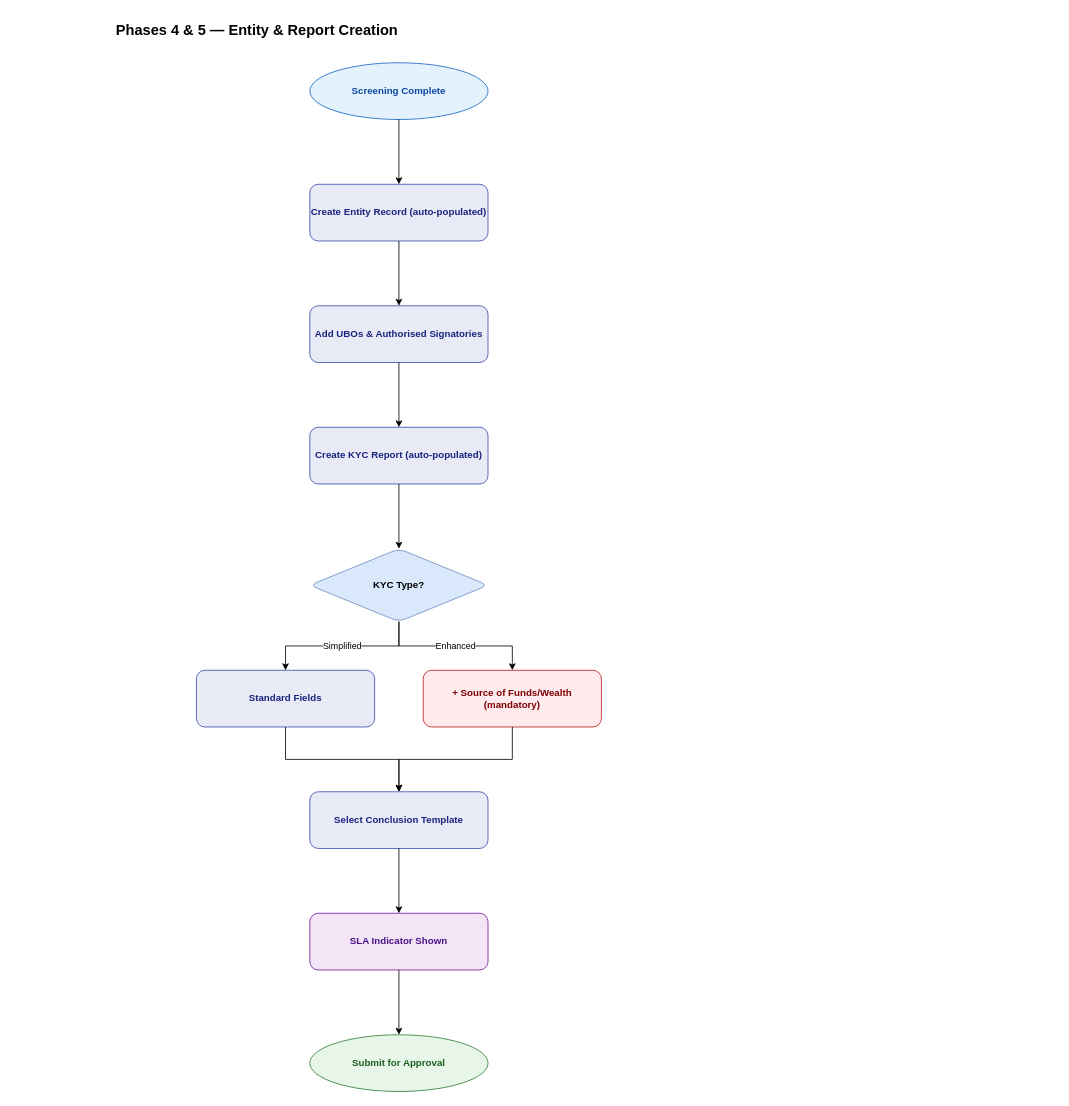
This is page "Phase 4-5 Detail" (6 of 9) of docs/diagrams/drawio/best-practice-e2e.drawio from mazharr-hussain/KycReport, a draw.io file, before an edit. Source tidied: cells renumbered, new cells numbered last; positions are measured from the earlier drawing's top-left corner, leaving out a move shared by most shapes. Both pictures are drawn from the tidied source at 81%, with x=0, y=0 at pixel (14, 14).
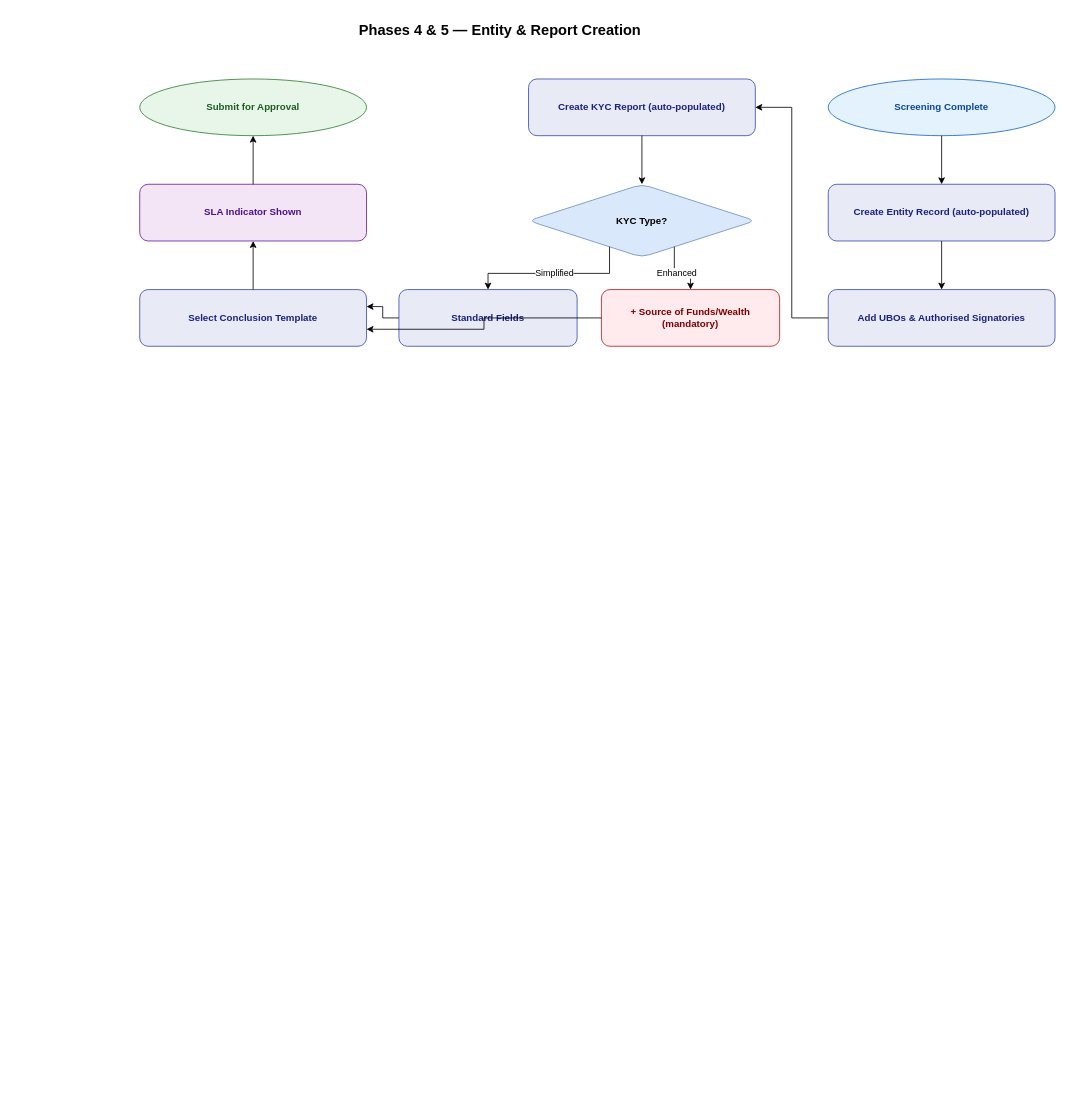
After the change.

Change to the diagram source:
```diff
@@
     <mxCell id="2" value="Phases 4 &amp; 5 — Entity &amp; Report Creation" style="text;html=1;strokeColor=none;fillColor=none;align=center;verticalAlign=middle;whiteSpace=wrap;rounded=0;fontSize=18;fontStyle=1;" parent="1" vertex="1">
-      <mxGeometry width="600" height="40" as="geometry" />
+      <mxGeometry x="300" width="600" height="40" as="geometry" />
     </mxCell>
     <mxCell id="3" value="Screening Complete" style="ellipse;whiteSpace=wrap;html=1;fillColor=#E3F2FD;strokeColor=#1565C0;fontColor=#0D47A1;fontSize=12;fontStyle=1;rounded=1;" parent="1" vertex="1">
-      <mxGeometry x="365" y="60" width="220" height="70" as="geometry" />
+      <mxGeometry x="1005" y="80" width="280" height="70" as="geometry" />
     </mxCell>
     <mxCell id="4" value="Create Entity Record (auto-populated)" style="rect;whiteSpace=wrap;html=1;fillColor=#E8EAF6;strokeColor=#3949AB;fontColor=#1A237E;fontSize=12;fontStyle=1;rounded=1;" parent="1" vertex="1">
-      <mxGeometry x="365" y="210" width="220" height="70" as="geometry" />
+      <mxGeometry x="1005" y="210" width="280" height="70" as="geometry" />
     </mxCell>
     <mxCell id="5" value="Add UBOs &amp; Authorised Signatories" style="rect;whiteSpace=wrap;html=1;fillColor=#E8EAF6;strokeColor=#3949AB;fontColor=#1A237E;fontSize=12;fontStyle=1;rounded=1;" parent="1" vertex="1">
-      <mxGeometry x="365" y="360" width="220" height="70" as="geometry" />
+      <mxGeometry x="1005" y="340" width="280" height="70" as="geometry" />
     </mxCell>
     <mxCell id="6" value="Create KYC Report (auto-populated)" style="rect;whiteSpace=wrap;html=1;fillColor=#E8EAF6;strokeColor=#3949AB;fontColor=#1A237E;fontSize=12;fontStyle=1;rounded=1;" parent="1" vertex="1">
-      <mxGeometry x="365" y="510" width="220" height="70" as="geometry" />
+      <mxGeometry x="635" y="80" width="280" height="70" as="geometry" />
     </mxCell>
     <mxCell id="7" value="KYC Type?" style="rhombus;whiteSpace=wrap;html=1;fillColor=#dae8fc;strokeColor=#6c8ebf;fontColor=#000000;fontSize=12;fontStyle=1;rounded=1;" parent="1" vertex="1">
-      <mxGeometry x="365" y="660" width="220" height="90" as="geometry" />
+      <mxGeometry x="635" y="210" width="280" height="90" as="geometry" />
     </mxCell>
     <mxCell id="8" value="Standard Fields" style="rect;whiteSpace=wrap;html=1;fillColor=#E8EAF6;strokeColor=#3949AB;fontColor=#1A237E;fontSize=12;fontStyle=1;rounded=1;" parent="1" vertex="1">
-      <mxGeometry x="225" y="810" width="220" height="70" as="geometry" />
+      <mxGeometry x="475" y="340" width="220" height="70" as="geometry" />
     </mxCell>
     <mxCell id="9" value="+ Source of Funds/Wealth (mandatory)" style="rect;whiteSpace=wrap;html=1;fillColor=#FFEBEE;strokeColor=#B71C1C;fontColor=#7F0000;fontSize=12;fontStyle=1;rounded=1;" parent="1" vertex="1">
-      <mxGeometry x="505" y="810" width="220" height="70" as="geometry" />
+      <mxGeometry x="725" y="340" width="220" height="70" as="geometry" />
     </mxCell>
     <mxCell id="10" value="Select Conclusion Template" style="rect;whiteSpace=wrap;html=1;fillColor=#E8EAF6;strokeColor=#3949AB;fontColor=#1A237E;fontSize=12;fontStyle=1;rounded=1;" parent="1" vertex="1">
-      <mxGeometry x="365" y="960" width="220" height="70" as="geometry" />
+      <mxGeometry x="155" y="340" width="280" height="70" as="geometry" />
     </mxCell>
     <mxCell id="11" value="SLA Indicator Shown" style="rect;whiteSpace=wrap;html=1;fillColor=#F3E5F5;strokeColor=#6A1B9A;fontColor=#4A148C;fontSize=12;fontStyle=1;rounded=1;" parent="1" vertex="1">
-      <mxGeometry x="365" y="1110" width="220" height="70" as="geometry" />
+      <mxGeometry x="155" y="210" width="280" height="70" as="geometry" />
     </mxCell>
     <mxCell id="12" value="Submit for Approval" style="ellipse;whiteSpace=wrap;html=1;fillColor=#E8F5E9;strokeColor=#2E7D32;fontColor=#1B5E20;fontSize=12;fontStyle=1;rounded=1;" parent="1" vertex="1">
-      <mxGeometry x="365" y="1260" width="220" height="70" as="geometry" />
+      <mxGeometry x="155" y="80" width="280" height="70" as="geometry" />
     </mxCell>
-    <mxCell id="13" style="edgeStyle=orthogonalEdgeStyle;rounded=0;html=1;fontSize=11;" parent="1" edge="1" source="3" target="4">
+    <mxCell id="13" style="edgeStyle=orthogonalEdgeStyle;rounded=0;html=1;fontSize=11;exitX=0.5;exitY=1;entryX=0.5;entryY=0;" parent="1" edge="1" source="3" target="4">
       <mxGeometry relative="1" as="geometry" />
     </mxCell>
-    <mxCell id="14" style="edgeStyle=orthogonalEdgeStyle;rounded=0;html=1;fontSize=11;" parent="1" edge="1" source="4" target="5">
+    <mxCell id="14" style="edgeStyle=orthogonalEdgeStyle;rounded=0;html=1;fontSize=11;exitX=0.5;exitY=1;entryX=0.5;entryY=0;" parent="1" edge="1" source="4" target="5">
       <mxGeometry relative="1" as="geometry" />
     </mxCell>
-    <mxCell id="15" style="edgeStyle=orthogonalEdgeStyle;rounded=0;html=1;fontSize=11;" parent="1" edge="1" source="5" target="6">
+    <mxCell id="15" style="edgeStyle=orthogonalEdgeStyle;rounded=0;html=1;fontSize=11;exitX=0;exitY=0.5;entryX=1;entryY=0.5;" parent="1" edge="1" source="5" target="6">
       <mxGeometry relative="1" as="geometry" />
     </mxCell>
-    <mxCell id="16" style="edgeStyle=orthogonalEdgeStyle;rounded=0;html=1;fontSize=11;" parent="1" edge="1" source="6" target="7">
+    <mxCell id="16" style="edgeStyle=orthogonalEdgeStyle;rounded=0;html=1;fontSize=11;exitX=0.5;exitY=1;entryX=0.5;entryY=0;" parent="1" edge="1" source="6" target="7">
       <mxGeometry relative="1" as="geometry" />
     </mxCell>
-    <mxCell id="17" value="Simplified" style="edgeStyle=orthogonalEdgeStyle;rounded=0;html=1;fontSize=11;" parent="1" edge="1" source="7" target="8">
+    <mxCell id="17" value="Simplified" style="edgeStyle=orthogonalEdgeStyle;rounded=0;html=1;fontSize=11;exitX=0.3;exitY=1;entryX=0.5;entryY=0;" parent="1" edge="1" source="7" target="8">
       <mxGeometry relative="1" as="geometry" />
     </mxCell>
-    <mxCell id="18" value="Enhanced" style="edgeStyle=orthogonalEdgeStyle;rounded=0;html=1;fontSize=11;" parent="1" edge="1" source="7" target="9">
+    <mxCell id="18" value="Enhanced" style="edgeStyle=orthogonalEdgeStyle;rounded=0;html=1;fontSize=11;exitX=0.7;exitY=1;entryX=0.5;entryY=0;" parent="1" edge="1" source="7" target="9">
       <mxGeometry relative="1" as="geometry" />
     </mxCell>
-    <mxCell id="19" style="edgeStyle=orthogonalEdgeStyle;rounded=0;html=1;fontSize=11;" parent="1" edge="1" source="8" target="10">
+    <mxCell id="19" style="edgeStyle=orthogonalEdgeStyle;rounded=0;html=1;fontSize=11;exitX=0;exitY=0.5;entryX=1;entryY=0.3;" parent="1" edge="1" source="8" target="10">
       <mxGeometry relative="1" as="geometry" />
     </mxCell>
-    <mxCell id="20" style="edgeStyle=orthogonalEdgeStyle;rounded=0;html=1;fontSize=11;" parent="1" edge="1" source="9" target="10">
+    <mxCell id="20" style="edgeStyle=orthogonalEdgeStyle;rounded=0;html=1;fontSize=11;exitX=0;exitY=0.5;entryX=1;entryY=0.7;" parent="1" edge="1" source="9" target="10">
       <mxGeometry relative="1" as="geometry" />
     </mxCell>
-    <mxCell id="21" style="edgeStyle=orthogonalEdgeStyle;rounded=0;html=1;fontSize=11;" parent="1" edge="1" source="10" target="11">
+    <mxCell id="21" style="edgeStyle=orthogonalEdgeStyle;rounded=0;html=1;fontSize=11;exitX=0.5;exitY=0;entryX=0.5;entryY=1;" parent="1" edge="1" source="10" target="11">
       <mxGeometry relative="1" as="geometry" />
     </mxCell>
-    <mxCell id="22" style="edgeStyle=orthogonalEdgeStyle;rounded=0;html=1;fontSize=11;" parent="1" edge="1" source="11" target="12">
+    <mxCell id="22" style="edgeStyle=orthogonalEdgeStyle;rounded=0;html=1;fontSize=11;exitX=0.5;exitY=0;entryX=0.5;entryY=1;" parent="1" edge="1" source="11" target="12">
       <mxGeometry relative="1" as="geometry" />
     </mxCell>
```
